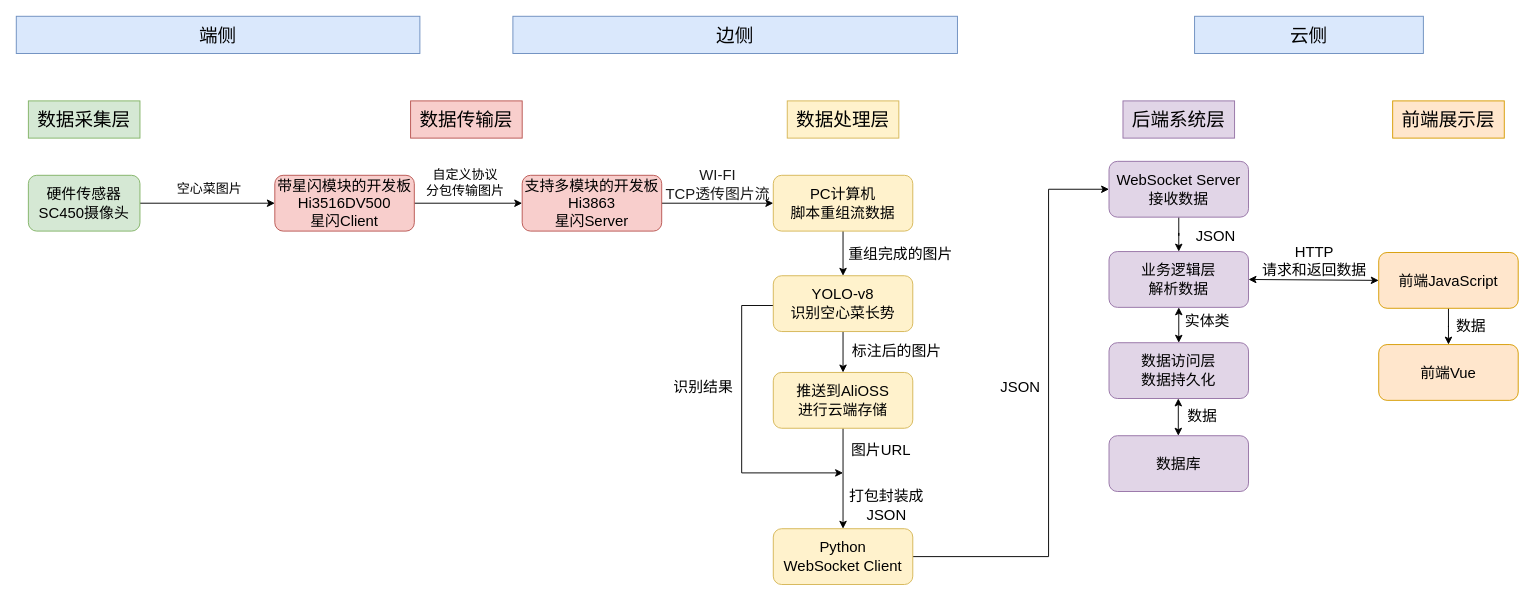
This is grad-design/v1.2.drawio from aluebo/draw.io, a draw.io file, before an edit. Source tidied: cells renumbered, new cells numbered last; positions are measured from the earlier drawing's top-left corner, leaving out a move shared by most shapes. Both pictures are drawn from the tidied source at 93%, with x=0, y=0 at pixel (16, 16).
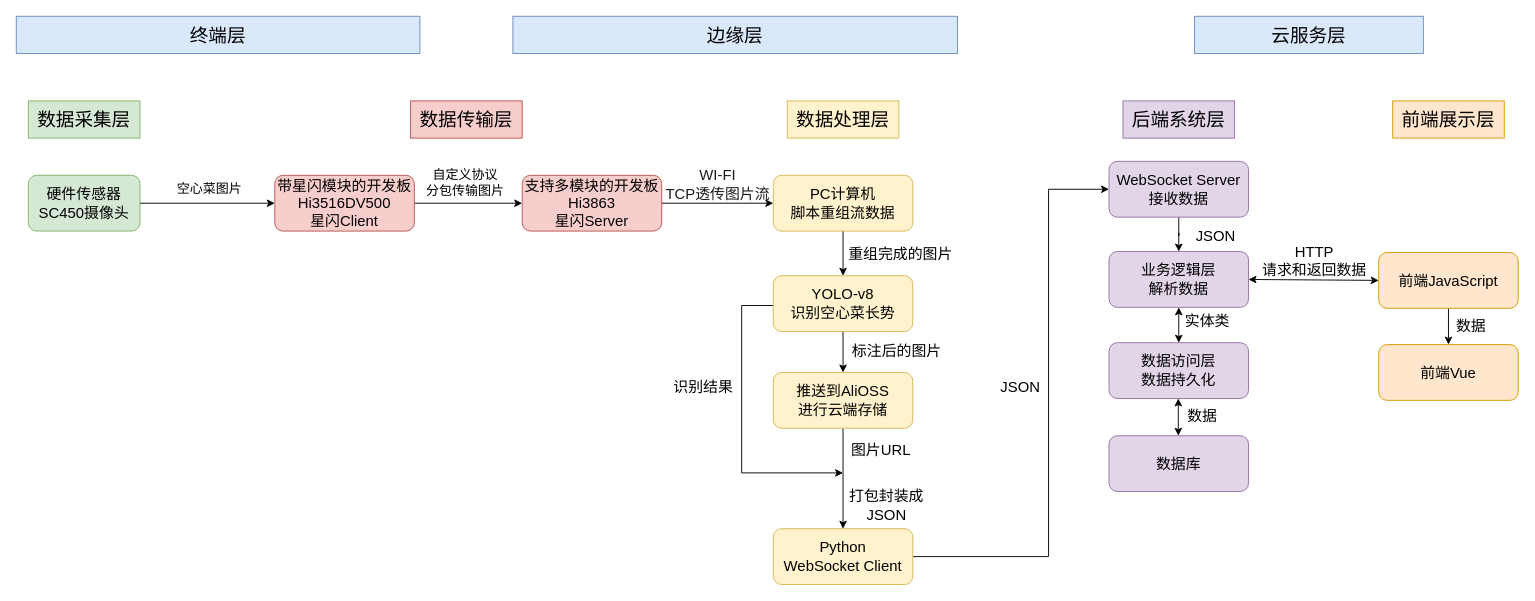
The same diagram, later.

The edit, as a diff of the source:
```diff
@@
-    <mxCell id="38" value="&lt;font style=&quot;font-size: 20px;&quot;&gt;端侧&lt;/font&gt;" style="rounded=0;whiteSpace=wrap;html=1;fillColor=#dae8fc;strokeColor=#6c8ebf;" parent="1" vertex="1">
+    <mxCell id="38" value="&lt;span style=&quot;font-size: 20px;&quot;&gt;终端层&lt;/span&gt;" style="rounded=0;whiteSpace=wrap;html=1;fillColor=#dae8fc;strokeColor=#6c8ebf;" parent="1" vertex="1">
       <mxGeometry width="434" height="40" as="geometry" />
     </mxCell>
-    <mxCell id="39" value="&lt;font style=&quot;font-size: 20px;&quot;&gt;边侧&lt;/font&gt;" style="rounded=0;whiteSpace=wrap;html=1;fillColor=#dae8fc;strokeColor=#6c8ebf;" parent="1" vertex="1">
+    <mxCell id="39" value="&lt;span style=&quot;font-size: 20px;&quot;&gt;边缘层&lt;/span&gt;" style="rounded=0;whiteSpace=wrap;html=1;fillColor=#dae8fc;strokeColor=#6c8ebf;" parent="1" vertex="1">
       <mxGeometry x="534" width="478" height="40" as="geometry" />
     </mxCell>
-    <mxCell id="40" value="&lt;span style=&quot;font-size: 20px;&quot;&gt;云侧&lt;/span&gt;" style="rounded=0;whiteSpace=wrap;html=1;fillColor=#dae8fc;strokeColor=#6c8ebf;" parent="1" vertex="1">
+    <mxCell id="40" value="&lt;span style=&quot;font-size: 20px;&quot;&gt;云服务层&lt;/span&gt;" style="rounded=0;whiteSpace=wrap;html=1;fillColor=#dae8fc;strokeColor=#6c8ebf;" parent="1" vertex="1">
       <mxGeometry x="1267" width="246" height="40" as="geometry" />
     </mxCell>
```
